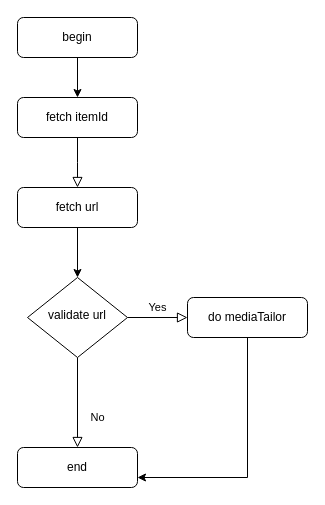
The draw.io diagram update/rlaxx tv动态转码.drawio in stevezhouht/baiduCDP, before the edit. Source tidied: cells renumbered, new cells numbered last; positions are measured from the earlier drawing's top-left corner, leaving out a move shared by most shapes. Both pictures are drawn from the tidied source at 100%, with x=0, y=0 at pixel (17, 17).
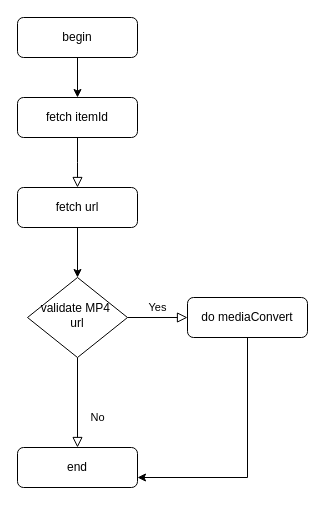
The same page after the edit.

Commit message:
更新rlaxx tv动态转码.drawio

Diff of the diagram source:
```diff
@@
 <mxGraphModel>
   <root>
     <mxCell id="0" />
     <mxCell id="1" parent="0" />
     <mxCell id="2" style="rounded=0;html=1;jettySize=auto;fontSize=11;endArrow=block;endFill=0;endSize=8;strokeWidth=1;shadow=0;labelBackgroundColor=none;edgeStyle=orthogonalEdgeStyle;" parent="1" edge="1" source="3">
       <mxGeometry relative="1" as="geometry">
         <mxPoint x="60" y="170" as="targetPoint" />
       </mxGeometry>
     </mxCell>
     <mxCell id="3" value="fetch itemId" style="rounded=1;whiteSpace=wrap;html=1;fontSize=12;glass=0;strokeWidth=1;shadow=0;" parent="1" vertex="1">
       <mxGeometry y="80" width="120" height="40" as="geometry" />
     </mxCell>
     <mxCell id="4" style="edgeStyle=orthogonalEdgeStyle;rounded=0;jettySize=auto;html=1;" parent="1" edge="1" source="5" target="8">
       <mxGeometry relative="1" as="geometry" />
     </mxCell>
     <mxCell id="5" value="fetch url" style="rounded=1;whiteSpace=wrap;html=1;fontSize=12;glass=0;strokeWidth=1;shadow=0;" parent="1" vertex="1">
       <mxGeometry y="170" width="120" height="40" as="geometry" />
     </mxCell>
     <mxCell id="6" value="No" style="rounded=0;html=1;jettySize=auto;fontSize=11;endArrow=block;endFill=0;endSize=8;strokeWidth=1;shadow=0;labelBackgroundColor=none;edgeStyle=orthogonalEdgeStyle;" parent="1" edge="1" source="8" target="9">
       <mxGeometry x="0.33" y="20" relative="1" as="geometry" />
     </mxCell>
     <mxCell id="7" value="Yes" style="edgeStyle=orthogonalEdgeStyle;rounded=0;html=1;jettySize=auto;fontSize=11;endArrow=block;endFill=0;endSize=8;strokeWidth=1;shadow=0;labelBackgroundColor=none;" parent="1" edge="1" source="8" target="11">
       <mxGeometry y="10" relative="1" as="geometry" />
     </mxCell>
-    <mxCell id="8" value="validate url" style="rhombus;whiteSpace=wrap;html=1;shadow=0;fontFamily=Helvetica;fontSize=12;align=center;strokeWidth=1;spacing=6;spacingTop=-4;" parent="1" vertex="1">
+    <mxCell id="8" value="validate MP4&amp;nbsp;&lt;div&gt;url&lt;/div&gt;" style="rhombus;whiteSpace=wrap;html=1;shadow=0;fontFamily=Helvetica;fontSize=12;align=center;strokeWidth=1;spacing=6;spacingTop=-4;" parent="1" vertex="1">
       <mxGeometry x="10" y="260" width="100" height="80" as="geometry" />
     </mxCell>
     <mxCell id="9" value="end" style="rounded=1;whiteSpace=wrap;html=1;fontSize=12;glass=0;strokeWidth=1;shadow=0;" parent="1" vertex="1">
       <mxGeometry y="430" width="120" height="40" as="geometry" />
     </mxCell>
     <mxCell id="10" style="edgeStyle=orthogonalEdgeStyle;rounded=0;jettySize=auto;html=1;entryX=1;entryY=0.75;entryDx=0;entryDy=0;" parent="1" edge="1" source="11" target="9">
       <mxGeometry relative="1" as="geometry">
         <Array as="points">
           <mxPoint x="230" y="460" />
         </Array>
       </mxGeometry>
     </mxCell>
-    <mxCell id="11" value="do mediaTailor" style="rounded=1;whiteSpace=wrap;html=1;fontSize=12;glass=0;strokeWidth=1;shadow=0;" parent="1" vertex="1">
+    <mxCell id="11" value="do mediaConvert" style="rounded=1;whiteSpace=wrap;html=1;fontSize=12;glass=0;strokeWidth=1;shadow=0;" parent="1" vertex="1">
       <mxGeometry x="170" y="280" width="120" height="40" as="geometry" />
     </mxCell>
     <mxCell id="12" style="edgeStyle=orthogonalEdgeStyle;rounded=0;jettySize=auto;html=1;" parent="1" edge="1" source="13" target="3">
       <mxGeometry relative="1" as="geometry" />
     </mxCell>
     <mxCell id="13" value="begin" style="rounded=1;whiteSpace=wrap;html=1;fontSize=12;glass=0;strokeWidth=1;shadow=0;" parent="1" vertex="1">
       <mxGeometry width="120" height="40" as="geometry" />
     </mxCell>
   </root>
 </mxGraphModel>
```
